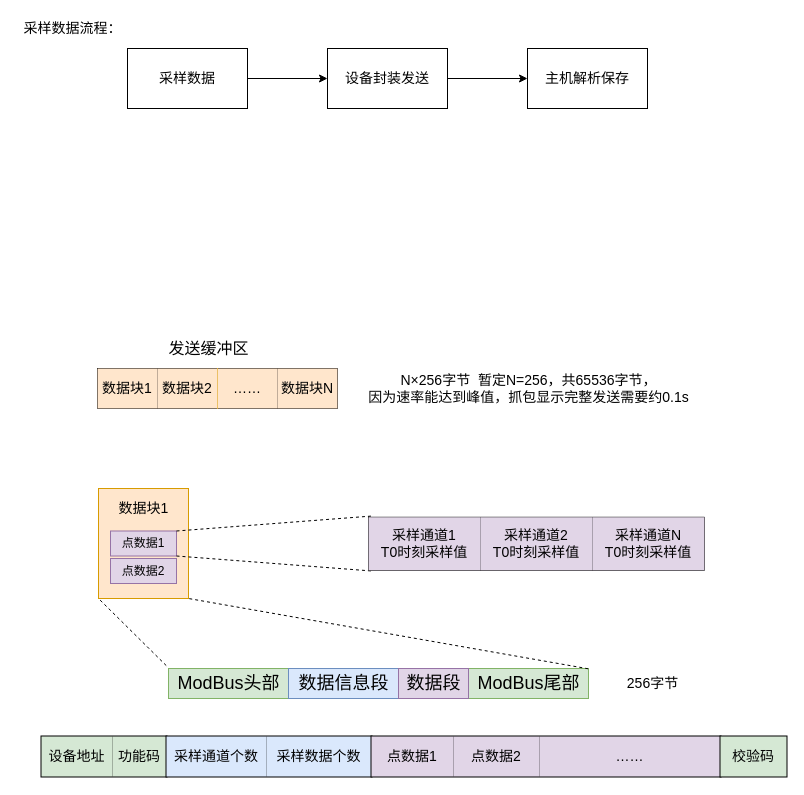
The draw.io diagram page "数据块组织" (3 of 4) of Untitled Diagram.drawio in fuxinsen/test, before the edit. Source tidied: cells renumbered, new cells numbered last; positions are measured from the earlier drawing's top-left corner, leaving out a move shared by most shapes. Both pictures are drawn from the tidied source at 100%, with x=0, y=0 at pixel (17, 18).
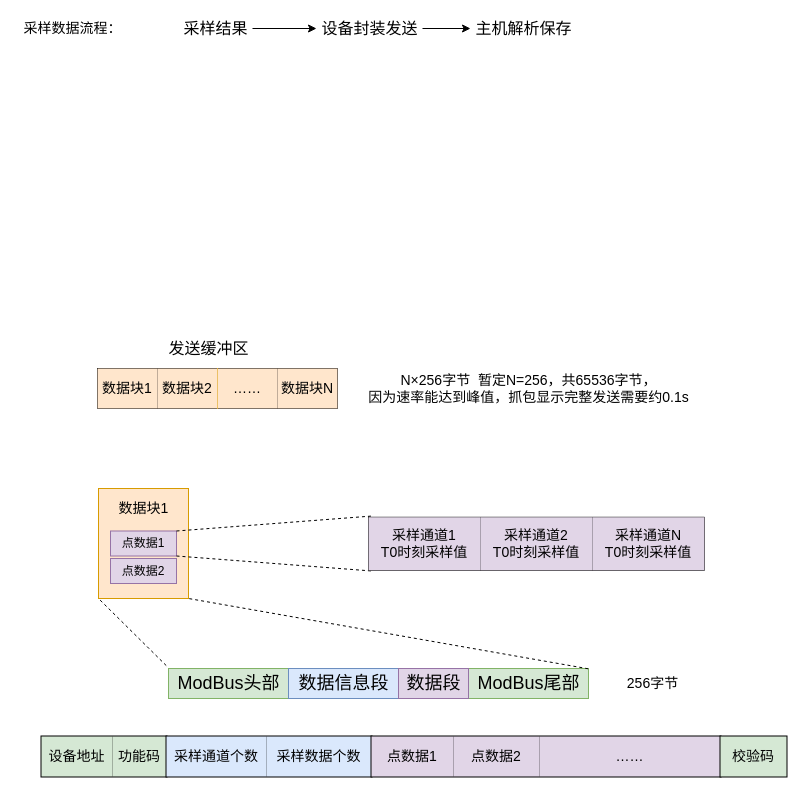
Above is the later version.

What changed in the source:
```diff
@@
-    <mxCell id="38" style="edgeStyle=orthogonalEdgeStyle;rounded=0;jettySize=auto;html=1;fontSize=14;startSize=0;strokeWidth=1;" parent="1" edge="1" source="39" target="41">
-      <mxGeometry relative="1" as="geometry" />
-    </mxCell>
-    <mxCell id="39" value="采样数据" style="whiteSpace=wrap;html=1;shadow=0;fontSize=14;startSize=0;strokeColor=#000000;strokeWidth=1;" parent="1" vertex="1">
-      <mxGeometry x="110" y="30" width="120" height="60" as="geometry" />
-    </mxCell>
+    <mxCell id="43" value="采样数据流程：" style="text;html=1;align=center;verticalAlign=middle;strokeColor=none;fontSize=14;" parent="1" vertex="1">
+      <mxGeometry width="110" height="20" as="geometry" />
+    </mxCell>
+    <mxCell id="44" style="edgeStyle=orthogonalEdgeStyle;rounded=0;jettySize=auto;html=1;fontSize=16;startSize=0;strokeWidth=1;" parent="1" edge="1" source="45" target="41">
+      <mxGeometry relative="1" as="geometry" />
+    </mxCell>
+    <mxCell id="45" value="采样结果" style="text;html=1;align=center;verticalAlign=middle;points=[];strokeColor=none;fontSize=16;" parent="1" vertex="1">
+      <mxGeometry x="161" y="-1.5" width="74" height="23" as="geometry" />
+    </mxCell>
-    <mxCell id="40" style="edgeStyle=orthogonalEdgeStyle;rounded=0;jettySize=auto;html=1;fontSize=14;startSize=0;strokeWidth=1;" parent="1" edge="1" source="41" target="42">
+    <mxCell id="40" style="edgeStyle=orthogonalEdgeStyle;rounded=0;jettySize=auto;html=1;fontSize=16;startSize=0;strokeWidth=1;" parent="1" edge="1" source="41" target="42">
       <mxGeometry relative="1" as="geometry" />
     </mxCell>
-    <mxCell id="41" value="设备封装发送" style="whiteSpace=wrap;html=1;shadow=0;fontSize=14;startSize=0;strokeColor=#000000;strokeWidth=1;" parent="1" vertex="1">
-      <mxGeometry x="310" y="30" width="120" height="60" as="geometry" />
+    <mxCell id="41" value="设备封装发送" style="text;html=1;align=center;verticalAlign=middle;points=[];strokeColor=none;fontSize=16;" parent="1" vertex="1">
+      <mxGeometry x="299" y="-1.5" width="106" height="23" as="geometry" />
     </mxCell>
-    <mxCell id="42" value="主机解析保存" style="whiteSpace=wrap;html=1;shadow=0;fontSize=14;startSize=0;strokeColor=#000000;strokeWidth=1;" parent="1" vertex="1">
-      <mxGeometry x="510" y="30" width="120" height="60" as="geometry" />
+    <mxCell id="42" value="主机解析保存" style="text;html=1;align=center;verticalAlign=middle;points=[];strokeColor=none;fontSize=16;" parent="1" vertex="1">
+      <mxGeometry x="453" y="-1.5" width="106" height="23" as="geometry" />
     </mxCell>
-    <mxCell id="43" value="采样数据流程：" style="text;html=1;align=center;verticalAlign=middle;strokeColor=none;fontSize=14;" parent="1" vertex="1">
-      <mxGeometry width="110" height="20" as="geometry" />
-    </mxCell>
```
